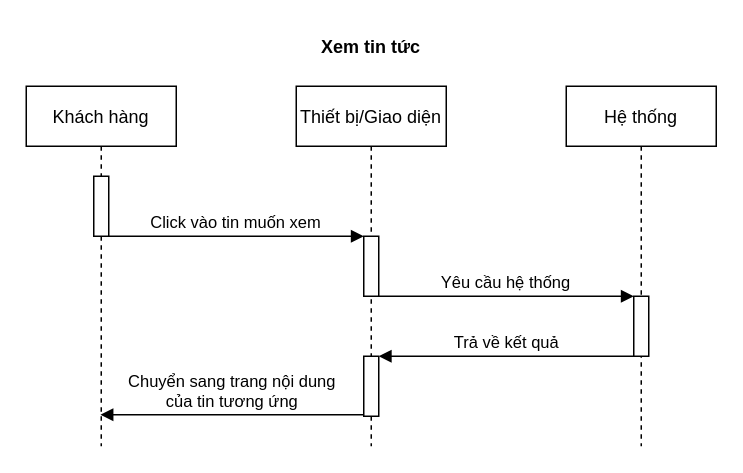
The draw.io diagram Drawio/Xem_tin_tuc.drawio in LuanMinhNguyen/nhom2thuctapchuyennganh, before the edit. Source tidied: cells renumbered, new cells numbered last; positions are measured from the earlier drawing's top-left corner, leaving out a move shared by most shapes. Both pictures are drawn from the tidied source at 150%, with x=0, y=0 at pixel (26, 26).
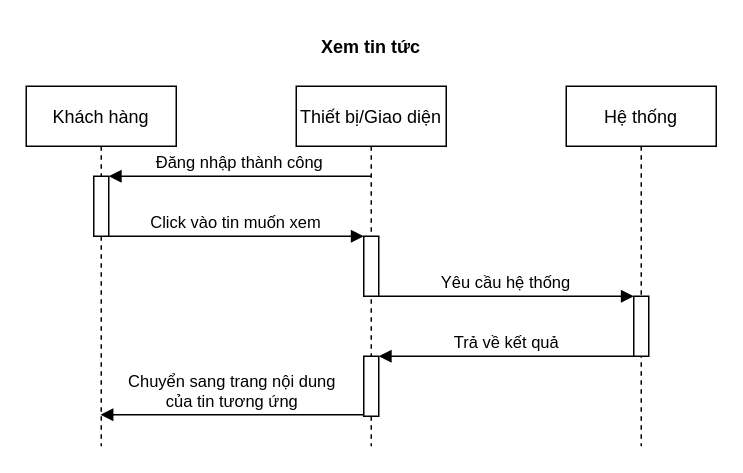
Above is the later version.

Diff of the diagram source:
```diff
@@
+    <mxCell id="14" value="Đăng nhập thành công" style="html=1;verticalAlign=bottom;endArrow=block;" parent="1" edge="1">
+      <mxGeometry relative="1" as="geometry">
+        <mxPoint x="230" y="100" as="sourcePoint" />
+        <mxPoint x="55" y="100" as="targetPoint" />
+      </mxGeometry>
+    </mxCell>
```
